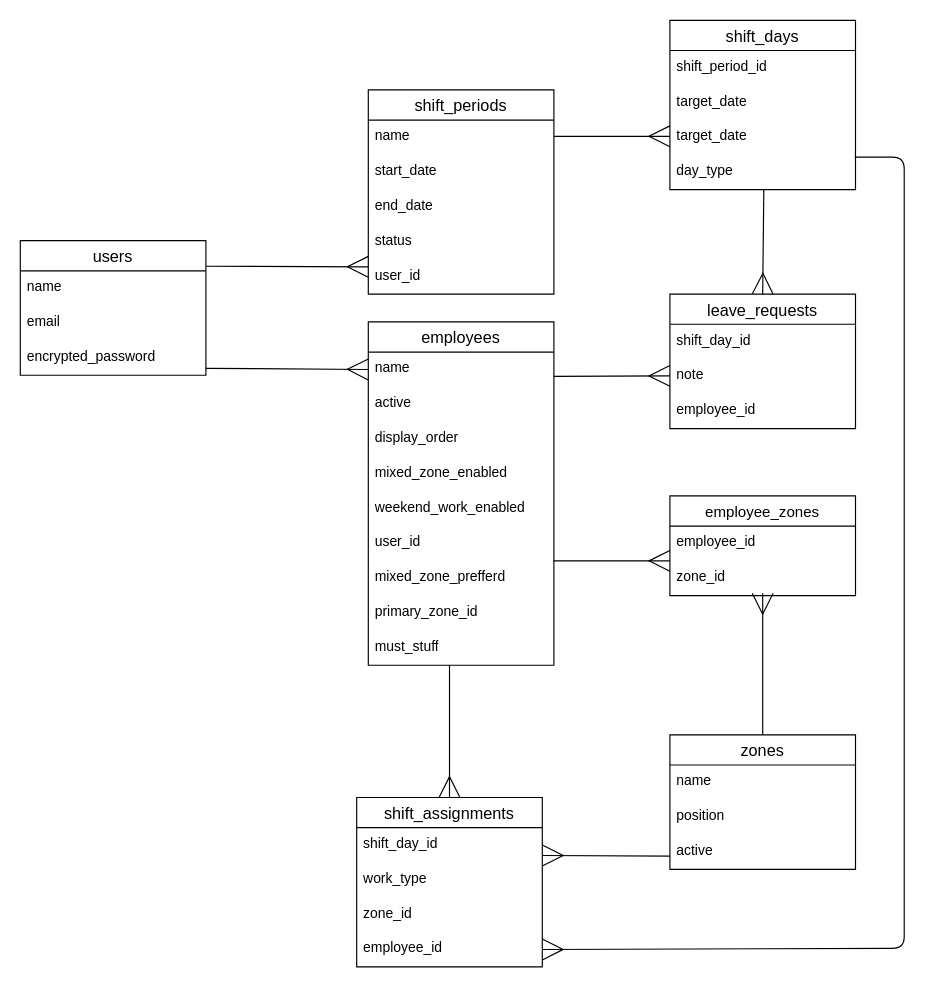
Above: ER図.dio in Yotsu001/shift-generator (draw.io), before the change. Source tidied: cells renumbered, new cells numbered last; positions are measured from the earlier drawing's top-left corner, leaving out a move shared by most shapes. Both pictures are drawn from the tidied source at 116%, with x=0, y=0 at pixel (20, 20).
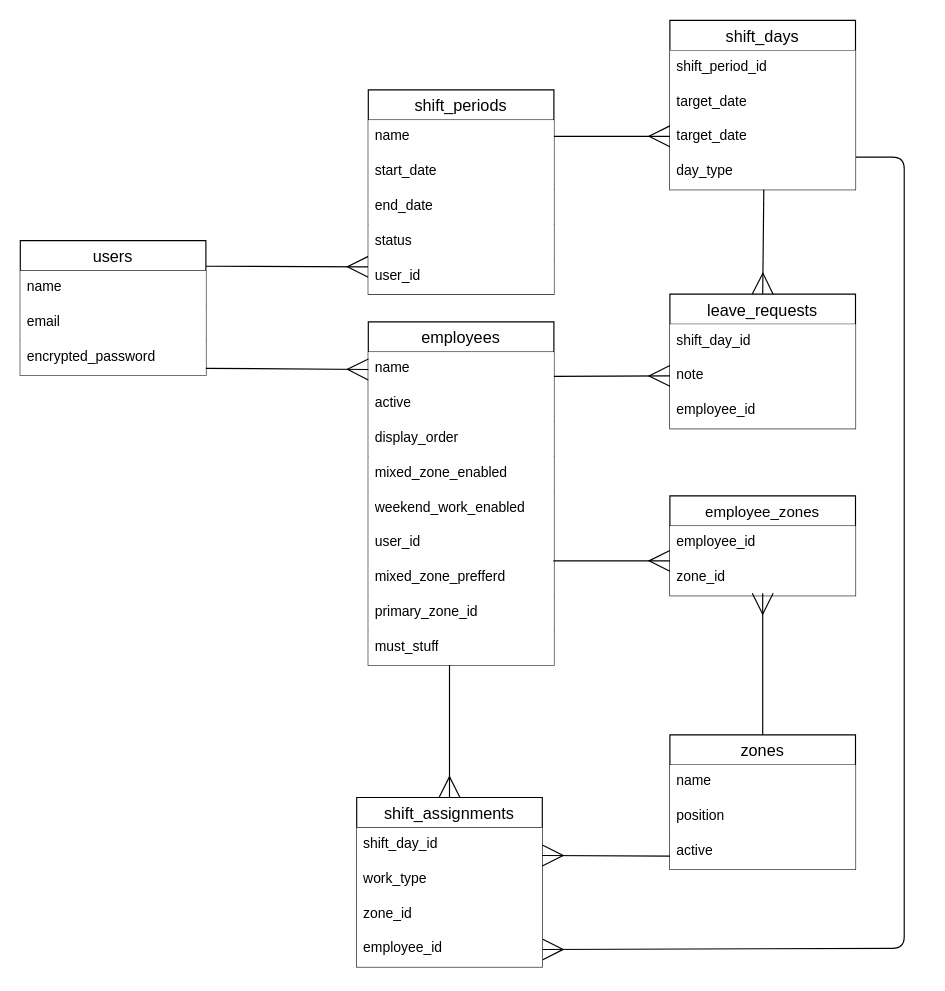
After the change.

What changed in the source:
```diff
@@
-<mxGraphModel>
+<mxGraphModel background="#FFFFFF">
@@
-    <mxCell id="2" style="edgeStyle=none;html=1;exitX=1;exitY=0.5;exitDx=0;exitDy=0;entryX=0;entryY=0.217;entryDx=0;entryDy=0;endArrow=ERmany;endFill=0;endSize=16;entryPerimeter=0;" parent="1" edge="1" target="26">
+    <mxCell id="2" style="edgeStyle=none;html=1;exitX=1;exitY=0.5;exitDx=0;exitDy=0;entryX=0;entryY=0.217;entryDx=0;entryDy=0;endArrow=ERmany;endFill=0;endSize=16;entryPerimeter=0;fillColor=#FFFFFF;" parent="1" edge="1" target="26">
       <mxGeometry relative="1" as="geometry">
         <mxPoint x="160" y="212" as="sourcePoint" />
       </mxGeometry>
     </mxCell>
-    <mxCell id="3" value="users" style="swimlane;fontStyle=0;horizontal=1;startSize=26;align=center;fontSize=14;" parent="1" vertex="1">
+    <mxCell id="3" value="users" style="swimlane;fontStyle=0;horizontal=1;startSize=26;align=center;fontSize=14;fillColor=#FFFFFF;" parent="1" vertex="1">
       <mxGeometry y="190" width="160" height="116" as="geometry" />
     </mxCell>
-    <mxCell id="4" value="name" style="text;strokeColor=none;fillColor=none;spacingLeft=4;spacingRight=4;overflow=hidden;fontSize=12;whiteSpace=wrap;html=1;" parent="3" vertex="1">
+    <mxCell id="4" value="name" style="text;strokeColor=none;fillColor=#FFFFFF;spacingLeft=4;spacingRight=4;overflow=hidden;fontSize=12;whiteSpace=wrap;html=1;" parent="3" vertex="1">
       <mxGeometry y="26" width="160" height="30" as="geometry" />
     </mxCell>
-    <mxCell id="5" value="email" style="text;strokeColor=none;fillColor=none;spacingLeft=4;spacingRight=4;overflow=hidden;fontSize=12;whiteSpace=wrap;html=1;" parent="3" vertex="1">
+    <mxCell id="5" value="email" style="text;strokeColor=none;fillColor=#FFFFFF;spacingLeft=4;spacingRight=4;overflow=hidden;fontSize=12;whiteSpace=wrap;html=1;" parent="3" vertex="1">
       <mxGeometry y="56" width="160" height="30" as="geometry" />
     </mxCell>
-    <mxCell id="6" value="encrypted_password" style="text;strokeColor=none;fillColor=none;spacingLeft=4;spacingRight=4;overflow=hidden;fontSize=12;whiteSpace=wrap;html=1;" parent="3" vertex="1">
+    <mxCell id="6" value="encrypted_password" style="text;strokeColor=none;fillColor=#FFFFFF;spacingLeft=4;spacingRight=4;overflow=hidden;fontSize=12;whiteSpace=wrap;html=1;" parent="3" vertex="1">
       <mxGeometry y="86" width="160" height="30" as="geometry" />
     </mxCell>
-    <mxCell id="7" value="employees" style="swimlane;fontStyle=0;horizontal=1;startSize=26;align=center;fontSize=14;" parent="1" vertex="1">
+    <mxCell id="7" value="employees" style="swimlane;fontStyle=0;horizontal=1;startSize=26;align=center;fontSize=14;fillColor=#FFFFFF;" parent="1" vertex="1">
       <mxGeometry x="300" y="260" width="160" height="296" as="geometry" />
     </mxCell>
-    <mxCell id="8" value="name" style="text;strokeColor=none;fillColor=none;spacingLeft=4;spacingRight=4;overflow=hidden;points=[[0,0.5],[1,0.5]];portConstraint=eastwest;fontSize=12;whiteSpace=wrap;html=1;" parent="7" vertex="1">
+    <mxCell id="8" value="name" style="text;strokeColor=none;fillColor=#FFFFFF;spacingLeft=4;spacingRight=4;overflow=hidden;points=[[0,0.5],[1,0.5]];portConstraint=eastwest;fontSize=12;whiteSpace=wrap;html=1;" parent="7" vertex="1">
       <mxGeometry y="26" width="160" height="30" as="geometry" />
     </mxCell>
-    <mxCell id="9" value="active" style="text;strokeColor=none;fillColor=none;spacingLeft=4;spacingRight=4;overflow=hidden;fontSize=12;whiteSpace=wrap;html=1;" parent="7" vertex="1">
+    <mxCell id="9" value="active" style="text;strokeColor=none;fillColor=#FFFFFF;spacingLeft=4;spacingRight=4;overflow=hidden;fontSize=12;whiteSpace=wrap;html=1;" parent="7" vertex="1">
       <mxGeometry y="56" width="160" height="30" as="geometry" />
     </mxCell>
-    <mxCell id="10" value="display_order" style="text;strokeColor=none;fillColor=none;spacingLeft=4;spacingRight=4;overflow=hidden;fontSize=12;whiteSpace=wrap;html=1;" parent="7" vertex="1">
+    <mxCell id="10" value="display_order" style="text;strokeColor=none;fillColor=#FFFFFF;spacingLeft=4;spacingRight=4;overflow=hidden;fontSize=12;whiteSpace=wrap;html=1;" parent="7" vertex="1">
       <mxGeometry y="86" width="160" height="30" as="geometry" />
     </mxCell>
-    <mxCell id="11" value="mixed_zone_enabled" style="text;strokeColor=none;fillColor=none;spacingLeft=4;spacingRight=4;overflow=hidden;fontSize=12;whiteSpace=wrap;html=1;" parent="7" vertex="1">
+    <mxCell id="11" value="mixed_zone_enabled" style="text;strokeColor=none;fillColor=#FFFFFF;spacingLeft=4;spacingRight=4;overflow=hidden;fontSize=12;whiteSpace=wrap;html=1;" parent="7" vertex="1">
       <mxGeometry y="116" width="160" height="30" as="geometry" />
     </mxCell>
-    <mxCell id="12" value="weekend_work_enabled" style="text;strokeColor=none;fillColor=none;spacingLeft=4;spacingRight=4;overflow=hidden;fontSize=12;whiteSpace=wrap;html=1;" parent="7" vertex="1">
+    <mxCell id="12" value="weekend_work_enabled" style="text;strokeColor=none;fillColor=#FFFFFF;spacingLeft=4;spacingRight=4;overflow=hidden;fontSize=12;whiteSpace=wrap;html=1;" parent="7" vertex="1">
       <mxGeometry y="146" width="160" height="30" as="geometry" />
     </mxCell>
-    <mxCell id="13" value="user_id" style="text;strokeColor=none;fillColor=none;spacingLeft=4;spacingRight=4;overflow=hidden;fontSize=12;whiteSpace=wrap;html=1;" parent="7" vertex="1">
+    <mxCell id="13" value="user_id" style="text;strokeColor=none;fillColor=#FFFFFF;spacingLeft=4;spacingRight=4;overflow=hidden;fontSize=12;whiteSpace=wrap;html=1;" parent="7" vertex="1">
       <mxGeometry y="176" width="160" height="30" as="geometry" />
     </mxCell>
-    <mxCell id="14" value="mixed_zone_prefferd" style="text;strokeColor=none;fillColor=none;spacingLeft=4;spacingRight=4;overflow=hidden;points=[[0,0.5],[1,0.5]];portConstraint=eastwest;fontSize=12;whiteSpace=wrap;html=1;" parent="7" vertex="1">
+    <mxCell id="14" value="mixed_zone_prefferd" style="text;strokeColor=none;fillColor=#FFFFFF;spacingLeft=4;spacingRight=4;overflow=hidden;points=[[0,0.5],[1,0.5]];portConstraint=eastwest;fontSize=12;whiteSpace=wrap;html=1;" parent="7" vertex="1">
       <mxGeometry y="206" width="160" height="30" as="geometry" />
     </mxCell>
-    <mxCell id="15" value="primary_zone_id" style="text;strokeColor=none;fillColor=none;spacingLeft=4;spacingRight=4;overflow=hidden;fontSize=12;whiteSpace=wrap;html=1;" parent="7" vertex="1">
+    <mxCell id="15" value="primary_zone_id" style="text;strokeColor=none;fillColor=#FFFFFF;spacingLeft=4;spacingRight=4;overflow=hidden;fontSize=12;whiteSpace=wrap;html=1;" parent="7" vertex="1">
       <mxGeometry y="236" width="160" height="30" as="geometry" />
     </mxCell>
-    <mxCell id="16" value="must_stuff" style="text;strokeColor=none;fillColor=none;spacingLeft=4;spacingRight=4;overflow=hidden;fontSize=12;whiteSpace=wrap;html=1;" parent="7" vertex="1">
+    <mxCell id="16" value="must_stuff" style="text;strokeColor=none;fillColor=#FFFFFF;spacingLeft=4;spacingRight=4;overflow=hidden;fontSize=12;whiteSpace=wrap;html=1;" parent="7" vertex="1">
       <mxGeometry y="266" width="160" height="30" as="geometry" />
     </mxCell>
-    <mxCell id="17" value="zones" style="swimlane;fontStyle=0;horizontal=1;startSize=26;align=center;fontSize=14;" parent="1" vertex="1">
+    <mxCell id="17" value="zones" style="swimlane;fontStyle=0;horizontal=1;startSize=26;align=center;fontSize=14;fillColor=#FFFFFF;" parent="1" vertex="1">
       <mxGeometry x="560" y="616" width="160" height="116" as="geometry" />
     </mxCell>
-    <mxCell id="18" value="name" style="text;strokeColor=none;fillColor=none;spacingLeft=4;spacingRight=4;overflow=hidden;fontSize=12;whiteSpace=wrap;html=1;" parent="17" vertex="1">
+    <mxCell id="18" value="name" style="text;strokeColor=none;fillColor=#FFFFFF;spacingLeft=4;spacingRight=4;overflow=hidden;fontSize=12;whiteSpace=wrap;html=1;" parent="17" vertex="1">
       <mxGeometry y="26" width="160" height="30" as="geometry" />
     </mxCell>
-    <mxCell id="19" value="position" style="text;strokeColor=none;fillColor=none;spacingLeft=4;spacingRight=4;overflow=hidden;fontSize=12;whiteSpace=wrap;html=1;" parent="17" vertex="1">
+    <mxCell id="19" value="position" style="text;strokeColor=none;fillColor=#FFFFFF;spacingLeft=4;spacingRight=4;overflow=hidden;fontSize=12;whiteSpace=wrap;html=1;" parent="17" vertex="1">
       <mxGeometry y="56" width="160" height="30" as="geometry" />
     </mxCell>
-    <mxCell id="20" value="active" style="text;strokeColor=none;fillColor=none;spacingLeft=4;spacingRight=4;overflow=hidden;fontSize=12;whiteSpace=wrap;html=1;" parent="17" vertex="1">
+    <mxCell id="20" value="active" style="text;strokeColor=none;fillColor=#FFFFFF;spacingLeft=4;spacingRight=4;overflow=hidden;fontSize=12;whiteSpace=wrap;html=1;" parent="17" vertex="1">
       <mxGeometry y="86" width="160" height="30" as="geometry" />
     </mxCell>
-    <mxCell id="21" value="shift_periods" style="swimlane;fontStyle=0;horizontal=1;startSize=26;align=center;fontSize=14;" parent="1" vertex="1">
+    <mxCell id="21" value="shift_periods" style="swimlane;fontStyle=0;horizontal=1;startSize=26;align=center;fontSize=14;fillColor=#FFFFFF;" parent="1" vertex="1">
       <mxGeometry x="300" y="60" width="160" height="176" as="geometry" />
     </mxCell>
-    <mxCell id="22" value="name" style="text;strokeColor=none;fillColor=none;spacingLeft=4;spacingRight=4;overflow=hidden;fontSize=12;whiteSpace=wrap;html=1;" parent="21" vertex="1">
+    <mxCell id="22" value="name" style="text;strokeColor=none;fillColor=#FFFFFF;spacingLeft=4;spacingRight=4;overflow=hidden;fontSize=12;whiteSpace=wrap;html=1;" parent="21" vertex="1">
       <mxGeometry y="26" width="160" height="30" as="geometry" />
     </mxCell>
-    <mxCell id="23" value="start_date" style="text;strokeColor=none;fillColor=none;spacingLeft=4;spacingRight=4;overflow=hidden;fontSize=12;whiteSpace=wrap;html=1;" parent="21" vertex="1">
+    <mxCell id="23" value="start_date" style="text;strokeColor=none;fillColor=#FFFFFF;spacingLeft=4;spacingRight=4;overflow=hidden;fontSize=12;whiteSpace=wrap;html=1;" parent="21" vertex="1">
       <mxGeometry y="56" width="160" height="30" as="geometry" />
     </mxCell>
-    <mxCell id="24" value="end_date" style="text;strokeColor=none;fillColor=none;spacingLeft=4;spacingRight=4;overflow=hidden;fontSize=12;whiteSpace=wrap;html=1;" parent="21" vertex="1">
+    <mxCell id="24" value="end_date" style="text;strokeColor=none;fillColor=#FFFFFF;spacingLeft=4;spacingRight=4;overflow=hidden;fontSize=12;whiteSpace=wrap;html=1;" parent="21" vertex="1">
       <mxGeometry y="86" width="160" height="30" as="geometry" />
     </mxCell>
-    <mxCell id="25" value="status" style="text;strokeColor=none;fillColor=none;spacingLeft=4;spacingRight=4;overflow=hidden;fontSize=12;whiteSpace=wrap;html=1;" parent="21" vertex="1">
+    <mxCell id="25" value="status" style="text;strokeColor=none;fillColor=#FFFFFF;spacingLeft=4;spacingRight=4;overflow=hidden;fontSize=12;whiteSpace=wrap;html=1;" parent="21" vertex="1">
       <mxGeometry y="116" width="160" height="30" as="geometry" />
     </mxCell>
-    <mxCell id="26" value="user_id" style="text;strokeColor=none;fillColor=none;spacingLeft=4;spacingRight=4;overflow=hidden;points=[[0,0.5],[1,0.5]];portConstraint=eastwest;fontSize=12;whiteSpace=wrap;html=1;" parent="21" vertex="1">
+    <mxCell id="26" value="user_id" style="text;strokeColor=none;fillColor=#FFFFFF;spacingLeft=4;spacingRight=4;overflow=hidden;points=[[0,0.5],[1,0.5]];portConstraint=eastwest;fontSize=12;whiteSpace=wrap;html=1;" parent="21" vertex="1">
       <mxGeometry y="146" width="160" height="30" as="geometry" />
     </mxCell>
-    <mxCell id="27" style="edgeStyle=orthogonalEdgeStyle;html=1;entryX=1;entryY=0.5;entryDx=0;entryDy=0;endArrow=ERmany;endFill=0;endSize=16;exitX=0.984;exitY=1.064;exitDx=0;exitDy=0;exitPerimeter=0;" parent="1" edge="1">
+    <mxCell id="27" style="edgeStyle=orthogonalEdgeStyle;html=1;entryX=1;entryY=0.5;entryDx=0;entryDy=0;endArrow=ERmany;endFill=0;endSize=16;exitX=0.984;exitY=1.064;exitDx=0;exitDy=0;exitPerimeter=0;fillColor=#FFFFFF;" parent="1" edge="1">
       <mxGeometry relative="1" as="geometry">
         <mxPoint x="719.4" y="117.9" as="sourcePoint" />
         <mxPoint x="450" y="801" as="targetPoint" />
         <Array as="points">
           <mxPoint x="762" y="118" />
           <mxPoint x="762" y="800" />
         </Array>
       </mxGeometry>
     </mxCell>
-    <mxCell id="28" value="shift_days" style="swimlane;fontStyle=0;horizontal=1;startSize=26;align=center;fontSize=14;" parent="1" vertex="1">
+    <mxCell id="28" value="shift_days" style="swimlane;fontStyle=0;horizontal=1;startSize=26;align=center;fontSize=14;fillColor=#FFFFFF;" parent="1" vertex="1">
       <mxGeometry x="560" width="160" height="146" as="geometry" />
     </mxCell>
-    <mxCell id="29" value="shift_period_id" style="text;strokeColor=none;fillColor=none;spacingLeft=4;spacingRight=4;overflow=hidden;fontSize=12;whiteSpace=wrap;html=1;" parent="28" vertex="1">
+    <mxCell id="29" value="shift_period_id" style="text;strokeColor=none;fillColor=#FFFFFF;spacingLeft=4;spacingRight=4;overflow=hidden;fontSize=12;whiteSpace=wrap;html=1;" parent="28" vertex="1">
       <mxGeometry y="26" width="160" height="30" as="geometry" />
     </mxCell>
-    <mxCell id="30" value="target_date" style="text;strokeColor=none;fillColor=none;spacingLeft=4;spacingRight=4;overflow=hidden;fontSize=12;whiteSpace=wrap;html=1;" parent="28" vertex="1">
+    <mxCell id="30" value="target_date" style="text;strokeColor=none;fillColor=#FFFFFF;spacingLeft=4;spacingRight=4;overflow=hidden;fontSize=12;whiteSpace=wrap;html=1;" parent="28" vertex="1">
       <mxGeometry y="56" width="160" height="30" as="geometry" />
     </mxCell>
-    <mxCell id="31" value="target_date" style="text;strokeColor=none;fillColor=none;spacingLeft=4;spacingRight=4;overflow=hidden;fontSize=12;whiteSpace=wrap;html=1;" parent="28" vertex="1">
+    <mxCell id="31" value="target_date" style="text;strokeColor=none;fillColor=#FFFFFF;spacingLeft=4;spacingRight=4;overflow=hidden;fontSize=12;whiteSpace=wrap;html=1;" parent="28" vertex="1">
       <mxGeometry y="86" width="160" height="30" as="geometry" />
     </mxCell>
-    <mxCell id="32" value="day_type" style="text;strokeColor=none;fillColor=none;spacingLeft=4;spacingRight=4;overflow=hidden;points=[[0,0.5],[1,0.5]];portConstraint=eastwest;fontSize=12;whiteSpace=wrap;html=1;" parent="28" vertex="1">
+    <mxCell id="32" value="day_type" style="text;strokeColor=none;fillColor=#FFFFFF;spacingLeft=4;spacingRight=4;overflow=hidden;points=[[0,0.5],[1,0.5]];portConstraint=eastwest;fontSize=12;whiteSpace=wrap;html=1;" parent="28" vertex="1">
       <mxGeometry y="116" width="160" height="30" as="geometry" />
     </mxCell>
-    <mxCell id="33" value="shift_assignments" style="swimlane;fontStyle=0;horizontal=1;startSize=26;align=center;fontSize=14;" parent="1" vertex="1">
+    <mxCell id="33" value="shift_assignments" style="swimlane;fontStyle=0;horizontal=1;startSize=26;align=center;fontSize=14;fillColor=#FFFFFF;" parent="1" vertex="1">
       <mxGeometry x="290" y="670" width="160" height="146" as="geometry" />
     </mxCell>
-    <mxCell id="34" value="shift_day_id" style="text;strokeColor=none;fillColor=none;spacingLeft=4;spacingRight=4;overflow=hidden;fontSize=12;whiteSpace=wrap;html=1;" parent="33" vertex="1">
+    <mxCell id="34" value="shift_day_id" style="text;strokeColor=none;fillColor=#FFFFFF;spacingLeft=4;spacingRight=4;overflow=hidden;fontSize=12;whiteSpace=wrap;html=1;" parent="33" vertex="1">
       <mxGeometry y="26" width="160" height="30" as="geometry" />
     </mxCell>
-    <mxCell id="35" value="work_type" style="text;strokeColor=none;fillColor=none;spacingLeft=4;spacingRight=4;overflow=hidden;fontSize=12;whiteSpace=wrap;html=1;" parent="33" vertex="1">
+    <mxCell id="35" value="work_type" style="text;strokeColor=none;fillColor=#FFFFFF;spacingLeft=4;spacingRight=4;overflow=hidden;fontSize=12;whiteSpace=wrap;html=1;" parent="33" vertex="1">
       <mxGeometry y="56" width="160" height="30" as="geometry" />
     </mxCell>
-    <mxCell id="36" value="zone_id" style="text;strokeColor=none;fillColor=none;spacingLeft=4;spacingRight=4;overflow=hidden;fontSize=12;whiteSpace=wrap;html=1;" parent="33" vertex="1">
+    <mxCell id="36" value="zone_id" style="text;strokeColor=none;fillColor=#FFFFFF;spacingLeft=4;spacingRight=4;overflow=hidden;fontSize=12;whiteSpace=wrap;html=1;" parent="33" vertex="1">
       <mxGeometry y="86" width="160" height="30" as="geometry" />
     </mxCell>
-    <mxCell id="37" value="employee_id" style="text;strokeColor=none;fillColor=none;spacingLeft=4;spacingRight=4;overflow=hidden;fontSize=12;whiteSpace=wrap;html=1;" parent="33" vertex="1">
+    <mxCell id="37" value="employee_id" style="text;strokeColor=none;fillColor=#FFFFFF;spacingLeft=4;spacingRight=4;overflow=hidden;fontSize=12;whiteSpace=wrap;html=1;" parent="33" vertex="1">
       <mxGeometry y="116" width="160" height="30" as="geometry" />
     </mxCell>
-    <mxCell id="38" value="leave_requests" style="swimlane;fontStyle=0;horizontal=1;startSize=26;align=center;fontSize=14;" parent="1" vertex="1">
+    <mxCell id="38" value="leave_requests" style="swimlane;fontStyle=0;horizontal=1;startSize=26;align=center;fontSize=14;fillColor=#FFFFFF;" parent="1" vertex="1">
       <mxGeometry x="560" y="236" width="160" height="116" as="geometry" />
     </mxCell>
-    <mxCell id="39" value="shift_day_id" style="text;strokeColor=none;fillColor=none;spacingLeft=4;spacingRight=4;overflow=hidden;fontSize=12;whiteSpace=wrap;html=1;" parent="38" vertex="1">
+    <mxCell id="39" value="shift_day_id" style="text;strokeColor=none;fillColor=#FFFFFF;spacingLeft=4;spacingRight=4;overflow=hidden;fontSize=12;whiteSpace=wrap;html=1;" parent="38" vertex="1">
       <mxGeometry y="26" width="160" height="30" as="geometry" />
     </mxCell>
-    <mxCell id="40" value="note" style="text;strokeColor=none;fillColor=none;spacingLeft=4;spacingRight=4;overflow=hidden;fontSize=12;whiteSpace=wrap;html=1;" parent="38" vertex="1">
+    <mxCell id="40" value="note" style="text;strokeColor=none;fillColor=#FFFFFF;spacingLeft=4;spacingRight=4;overflow=hidden;fontSize=12;whiteSpace=wrap;html=1;" parent="38" vertex="1">
       <mxGeometry y="56" width="160" height="30" as="geometry" />
     </mxCell>
-    <mxCell id="41" value="employee_id" style="text;strokeColor=none;fillColor=none;spacingLeft=4;spacingRight=4;overflow=hidden;fontSize=12;whiteSpace=wrap;html=1;" parent="38" vertex="1">
+    <mxCell id="41" value="employee_id" style="text;strokeColor=none;fillColor=#FFFFFF;spacingLeft=4;spacingRight=4;overflow=hidden;fontSize=12;whiteSpace=wrap;html=1;" parent="38" vertex="1">
       <mxGeometry y="86" width="160" height="30" as="geometry" />
     </mxCell>
-    <mxCell id="42" value="employee_zones" style="swimlane;fontStyle=0;horizontal=1;startSize=26;align=center;fontSize=13;" parent="1" vertex="1">
+    <mxCell id="42" value="employee_zones" style="swimlane;fontStyle=0;horizontal=1;startSize=26;align=center;fontSize=13;fillColor=#FFFFFF;" parent="1" vertex="1">
       <mxGeometry x="560" y="410" width="160" height="86" as="geometry" />
     </mxCell>
-    <mxCell id="43" value="employee_id" style="text;strokeColor=none;fillColor=none;spacingLeft=4;spacingRight=4;overflow=hidden;fontSize=12;whiteSpace=wrap;html=1;" parent="42" vertex="1">
+    <mxCell id="43" value="employee_id" style="text;strokeColor=none;fillColor=#FFFFFF;spacingLeft=4;spacingRight=4;overflow=hidden;fontSize=12;whiteSpace=wrap;html=1;" parent="42" vertex="1">
       <mxGeometry y="26" width="160" height="30" as="geometry" />
     </mxCell>
-    <mxCell id="44" value="zone_id" style="text;strokeColor=none;fillColor=none;spacingLeft=4;spacingRight=4;overflow=hidden;fontSize=12;whiteSpace=wrap;html=1;" parent="42" vertex="1">
+    <mxCell id="44" value="zone_id" style="text;strokeColor=none;fillColor=#FFFFFF;spacingLeft=4;spacingRight=4;overflow=hidden;fontSize=12;whiteSpace=wrap;html=1;" parent="42" vertex="1">
       <mxGeometry y="56" width="160" height="30" as="geometry" />
     </mxCell>
-    <mxCell id="45" style="edgeStyle=none;html=1;exitX=0.5;exitY=1;exitDx=0;exitDy=0;endArrow=ERmany;endFill=0;endSize=16;entryX=0.5;entryY=0;entryDx=0;entryDy=0;" parent="1" edge="1" target="33">
+    <mxCell id="45" style="edgeStyle=none;html=1;exitX=0.5;exitY=1;exitDx=0;exitDy=0;endArrow=ERmany;endFill=0;endSize=16;entryX=0.5;entryY=0;entryDx=0;entryDy=0;fillColor=#FFFFFF;" parent="1" edge="1" target="33">
       <mxGeometry relative="1" as="geometry">
         <mxPoint x="370" y="556" as="sourcePoint" />
       </mxGeometry>
     </mxCell>
-    <mxCell id="46" style="edgeStyle=none;html=1;entryX=0;entryY=0.5;entryDx=0;entryDy=0;endArrow=ERmany;endFill=0;endSize=16;" parent="1" edge="1">
+    <mxCell id="46" style="edgeStyle=none;html=1;entryX=0;entryY=0.5;entryDx=0;entryDy=0;endArrow=ERmany;endFill=0;endSize=16;fillColor=#FFFFFF;" parent="1" edge="1">
       <mxGeometry relative="1" as="geometry">
         <mxPoint x="460" y="307" as="sourcePoint" />
         <mxPoint x="560" y="306.5" as="targetPoint" />
       </mxGeometry>
     </mxCell>
-    <mxCell id="47" style="edgeStyle=none;html=1;entryX=0;entryY=0.5;entryDx=0;entryDy=0;endArrow=ERmany;endFill=0;endSize=16;" parent="1" edge="1">
+    <mxCell id="47" style="edgeStyle=none;html=1;entryX=0;entryY=0.5;entryDx=0;entryDy=0;endArrow=ERmany;endFill=0;endSize=16;fillColor=#FFFFFF;" parent="1" edge="1">
       <mxGeometry relative="1" as="geometry">
         <mxPoint x="560" y="720.5" as="sourcePoint" />
         <mxPoint x="450" y="720" as="targetPoint" />
       </mxGeometry>
     </mxCell>
-    <mxCell id="48" style="edgeStyle=none;html=1;endArrow=ERmany;endFill=0;endSize=16;exitX=0.997;exitY=0;exitDx=0;exitDy=0;exitPerimeter=0;" parent="1" edge="1" source="14">
+    <mxCell id="48" style="edgeStyle=none;html=1;endArrow=ERmany;endFill=0;endSize=16;exitX=0.997;exitY=0;exitDx=0;exitDy=0;exitPerimeter=0;fillColor=#FFFFFF;" parent="1" edge="1" source="14">
       <mxGeometry relative="1" as="geometry">
         <mxPoint x="560" y="466" as="targetPoint" />
       </mxGeometry>
     </mxCell>
-    <mxCell id="49" style="edgeStyle=none;html=1;endArrow=ERmany;endFill=0;endSize=16;exitX=0.5;exitY=0;exitDx=0;exitDy=0;" parent="1" edge="1" source="17">
+    <mxCell id="49" style="edgeStyle=none;html=1;endArrow=ERmany;endFill=0;endSize=16;exitX=0.5;exitY=0;exitDx=0;exitDy=0;fillColor=#FFFFFF;" parent="1" edge="1" source="17">
       <mxGeometry relative="1" as="geometry">
         <mxPoint x="640" y="494" as="targetPoint" />
       </mxGeometry>
     </mxCell>
-    <mxCell id="50" style="edgeStyle=none;html=1;endArrow=ERmany;endFill=0;endSize=16;entryX=0;entryY=0.5;entryDx=0;entryDy=0;" parent="1" edge="1" target="8">
+    <mxCell id="50" style="edgeStyle=none;html=1;endArrow=ERmany;endFill=0;endSize=16;entryX=0;entryY=0.5;entryDx=0;entryDy=0;fillColor=#FFFFFF;" parent="1" edge="1" target="8">
       <mxGeometry relative="1" as="geometry">
         <mxPoint x="160" y="300" as="sourcePoint" />
       </mxGeometry>
     </mxCell>
-    <mxCell id="51" style="edgeStyle=none;html=1;exitX=1;exitY=0.5;exitDx=0;exitDy=0;endArrow=ERmany;endFill=0;endSize=16;" parent="1" edge="1">
+    <mxCell id="51" style="edgeStyle=none;html=1;exitX=1;exitY=0.5;exitDx=0;exitDy=0;endArrow=ERmany;endFill=0;endSize=16;fillColor=#FFFFFF;" parent="1" edge="1">
       <mxGeometry relative="1" as="geometry">
         <mxPoint x="460" y="100" as="sourcePoint" />
         <mxPoint x="560" y="100" as="targetPoint" />
       </mxGeometry>
     </mxCell>
-    <mxCell id="52" style="edgeStyle=none;html=1;exitX=0.506;exitY=1;exitDx=0;exitDy=0;endArrow=ERmany;endFill=0;endSize=16;exitPerimeter=0;entryX=0.5;entryY=0;entryDx=0;entryDy=0;" parent="1" edge="1" source="32" target="38">
+    <mxCell id="52" style="edgeStyle=none;html=1;exitX=0.506;exitY=1;exitDx=0;exitDy=0;endArrow=ERmany;endFill=0;endSize=16;exitPerimeter=0;entryX=0.5;entryY=0;entryDx=0;entryDy=0;fillColor=#FFFFFF;" parent="1" edge="1" source="32" target="38">
       <mxGeometry relative="1" as="geometry" />
     </mxCell>
```
